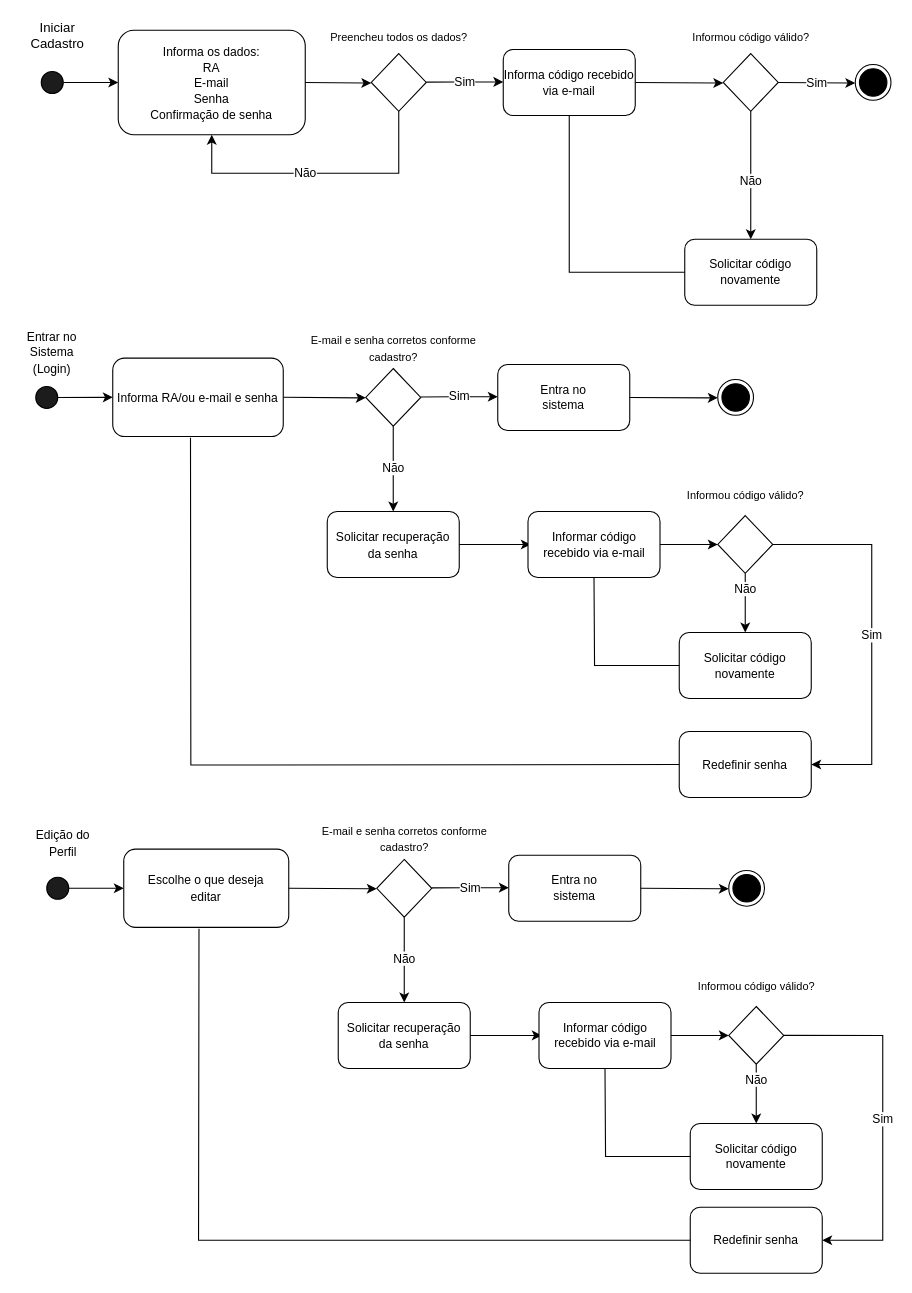
The draw.io diagram projeto/Diagrama sem nome.drawio in edueevaristo/atividade-fabricadeprojetos, before the edit. Source tidied: cells renumbered, new cells numbered last; positions are measured from the earlier drawing's top-left corner, leaving out a move shared by most shapes. Both pictures are drawn from the tidied source at 110%, with x=0, y=0 at pixel (19, 19).
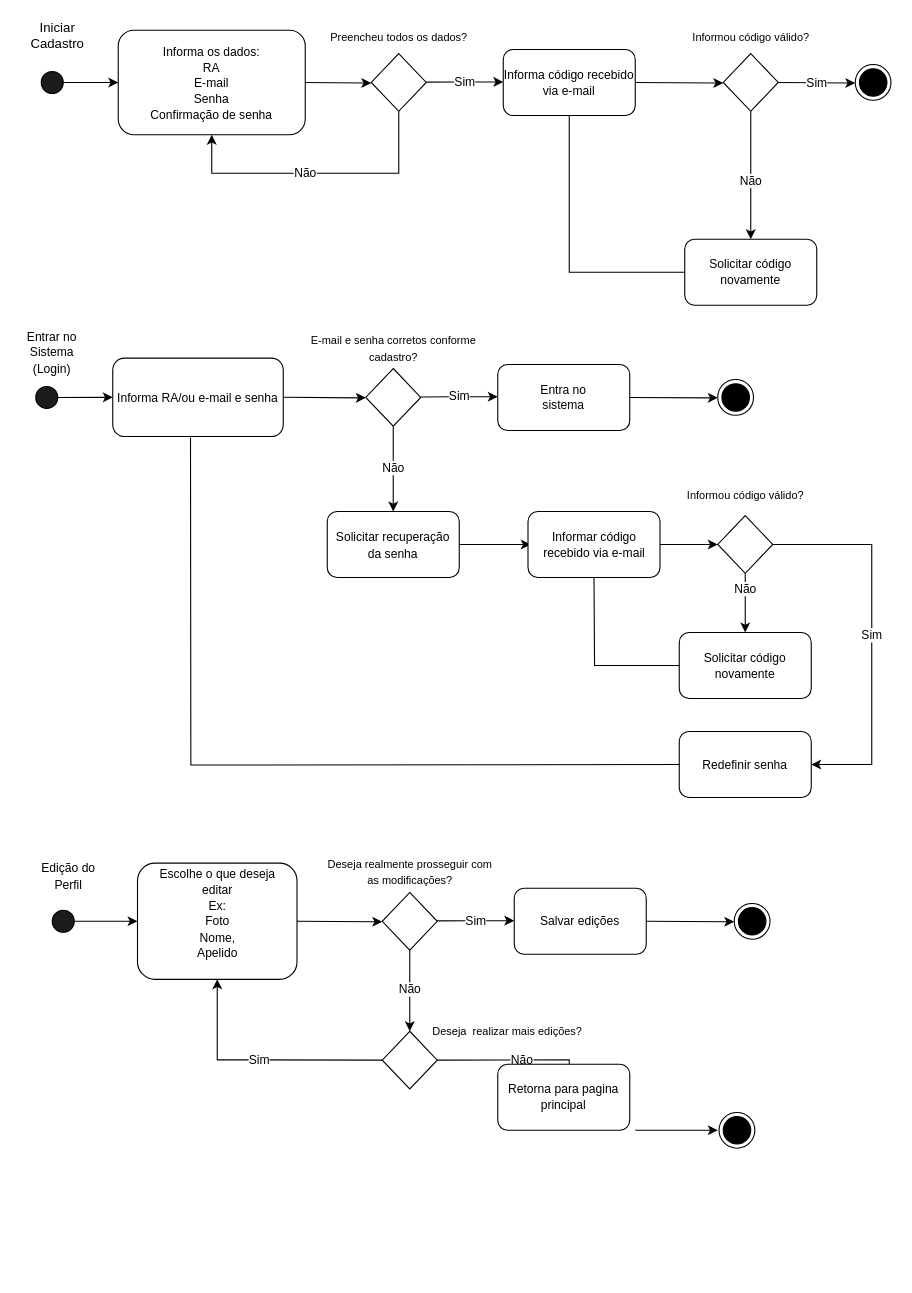
After the change.

What changed in the source:
```diff
@@
     <mxCell id="46" style="ellipse;whiteSpace=wrap;html=1;fillColor=#1C1C1C;" parent="1" vertex="1">
-      <mxGeometry x="25" y="780" width="20" height="20" as="geometry" />
+      <mxGeometry x="30" y="810" width="20" height="20" as="geometry" />
     </mxCell>
@@
-    <mxCell id="48" value="&lt;font style=&quot;font-size: 11px;&quot;&gt;Escolhe o que deseja&lt;br&gt;editar&lt;br&gt;&lt;/font&gt;" style="rounded=1;whiteSpace=wrap;html=1;" parent="1" vertex="1">
-      <mxGeometry x="95" y="754.4" width="150" height="71.2" as="geometry" />
+    <mxCell id="48" value="&lt;font style=&quot;font-size: 11px;&quot;&gt;Escolhe o que deseja&lt;br&gt;editar&lt;br&gt;Ex:&lt;br&gt;Foto&lt;br&gt;Nome,&lt;br&gt;Apelido&lt;br&gt;&lt;br&gt;&lt;/font&gt;" style="rounded=1;whiteSpace=wrap;html=1;" parent="1" vertex="1">
+      <mxGeometry x="107.5" y="767.2" width="145" height="105.6" as="geometry" />
     </mxCell>
     <mxCell id="49" style="endArrow=classic;html=1;rounded=0;exitX=1;exitY=0.5;exitDx=0;exitDy=0;" parent="1" edge="1" source="48">
       <mxGeometry relative="1" as="geometry">
-        <mxPoint x="325" y="790.5" as="targetPoint" />
+        <mxPoint x="330" y="820.5" as="targetPoint" />
       </mxGeometry>
     </mxCell>
     <mxCell id="50" style="rhombus;whiteSpace=wrap;html=1;" parent="1" vertex="1">
-      <mxGeometry x="325" y="763.8" width="50" height="52.5" as="geometry" />
+      <mxGeometry x="330" y="793.8" width="50" height="52.5" as="geometry" />
     </mxCell>
-    <mxCell id="51" value="&lt;font style=&quot;font-size: 10px;&quot;&gt;E-mail e senha corretos conforme cadastro?&lt;/font&gt;" style="text;strokeColor=none;align=center;fillColor=none;html=1;verticalAlign=middle;whiteSpace=wrap;rounded=0;" parent="1" vertex="1">
-      <mxGeometry x="272.5" y="730" width="155" height="30" as="geometry" />
+    <mxCell id="51" value="&lt;font style=&quot;font-size: 10px;&quot;&gt;Deseja realmente prosseguir com as modificações?&lt;/font&gt;" style="text;strokeColor=none;align=center;fillColor=none;html=1;verticalAlign=middle;whiteSpace=wrap;rounded=0;" parent="1" vertex="1">
+      <mxGeometry x="277.5" y="760" width="155" height="30" as="geometry" />
     </mxCell>
     <mxCell id="52" value="Sim" style="endArrow=classic;html=1;rounded=0;exitX=1;exitY=0.5;exitDx=0;exitDy=0;" parent="1" edge="1">
       <mxGeometry relative="1" as="geometry">
-        <mxPoint x="375" y="789.7" as="sourcePoint" />
-        <mxPoint x="445" y="789.5" as="targetPoint" />
+        <mxPoint x="380" y="819.7" as="sourcePoint" />
+        <mxPoint x="450" y="819.5" as="targetPoint" />
         <Array as="points">
-          <mxPoint x="405" y="789.5" />
+          <mxPoint x="410" y="819.5" />
         </Array>
       </mxGeometry>
     </mxCell>
-    <mxCell id="53" value="Não" style="endArrow=classic;html=1;rounded=0;exitX=0.5;exitY=1;exitDx=0;exitDy=0;" parent="1" edge="1" source="50">
-      <mxGeometry x="-0.03" relative="1" as="geometry">
-        <mxPoint x="350" y="893.8" as="targetPoint" />
-      </mxGeometry>
+    <mxCell id="53" value="Não" style="endArrow=classic;html=1;rounded=0;exitX=0.5;exitY=1;exitDx=0;exitDy=0;entryX=0.5;entryY=0;entryDx=0;entryDy=0;" parent="1" edge="1" source="50" target="71">
+      <mxGeometry x="-0.03" relative="1" as="geometry" />
     </mxCell>
-    <mxCell id="54" value="Entra no&lt;br&gt;sistema" style="rounded=1;whiteSpace=wrap;html=1;fontSize=11;" parent="1" vertex="1">
-      <mxGeometry x="445" y="760" width="120" height="60" as="geometry" />
+    <mxCell id="54" value="Salvar edições" style="rounded=1;whiteSpace=wrap;html=1;fontSize=11;" parent="1" vertex="1">
+      <mxGeometry x="450" y="790" width="120" height="60" as="geometry" />
     </mxCell>
     <mxCell id="55" style="endArrow=classic;html=1;rounded=0;exitX=1;exitY=0.5;exitDx=0;exitDy=0;" parent="1" edge="1" source="54">
       <mxGeometry relative="1" as="geometry">
-        <mxPoint x="645" y="790.5" as="targetPoint" />
+        <mxPoint x="650" y="820.5" as="targetPoint" />
       </mxGeometry>
     </mxCell>
     <mxCell id="56" style="ellipse;whiteSpace=wrap;html=1;" parent="1" vertex="1">
-      <mxGeometry x="645" y="773.8" width="32.5" height="32.5" as="geometry" />
+      <mxGeometry x="650" y="803.8" width="32.5" height="32.5" as="geometry" />
     </mxCell>
     <mxCell id="57" style="ellipse;whiteSpace=wrap;html=1;fillColor=#000000;labelBackgroundColor=#000000;" parent="1" vertex="1">
-      <mxGeometry x="648.8" y="777.5" width="25" height="25" as="geometry" />
+      <mxGeometry x="653.8" y="807.5" width="25" height="25" as="geometry" />
     </mxCell>
     <mxCell id="58" value="&lt;span style=&quot;font-size: 11px;&quot;&gt;Edição do Perfil&lt;/span&gt;" style="text;strokeColor=none;align=center;fillColor=none;html=1;verticalAlign=middle;whiteSpace=wrap;rounded=0;" parent="1" vertex="1">
-      <mxGeometry x="10" y="733.8" width="60" height="30" as="geometry" />
+      <mxGeometry x="15" y="763.8" width="60" height="30" as="geometry" />
     </mxCell>
-    <mxCell id="59" value="&lt;font style=&quot;font-size: 11px;&quot;&gt;Solicitar recuperação&lt;br&gt;da senha&lt;/font&gt;" style="rounded=1;whiteSpace=wrap;html=1;" parent="1" vertex="1">
-      <mxGeometry x="290" y="893.8" width="120" height="60" as="geometry" />
-    </mxCell>
-    <mxCell id="60" style="endArrow=classic;html=1;rounded=0;exitX=1;exitY=0.5;exitDx=0;exitDy=0;" parent="1" edge="1" source="59">
-      <mxGeometry relative="1" as="geometry">
-        <mxPoint x="475" y="923.8" as="targetPoint" />
-      </mxGeometry>
-    </mxCell>
-    <mxCell id="61" value="Informar código recebido via e-mail" style="rounded=1;whiteSpace=wrap;html=1;fontSize=11;" parent="1" vertex="1">
-      <mxGeometry x="472.5" y="893.8" width="120" height="60" as="geometry" />
-    </mxCell>
-    <mxCell id="62" style="endArrow=classic;html=1;rounded=0;exitX=1;exitY=0.5;exitDx=0;exitDy=0;" parent="1" edge="1" source="61">
-      <mxGeometry relative="1" as="geometry">
-        <mxPoint x="645" y="923.8" as="targetPoint" />
-      </mxGeometry>
-    </mxCell>
-    <mxCell id="63" style="rhombus;whiteSpace=wrap;html=1;" parent="1" vertex="1">
-      <mxGeometry x="645" y="897.5" width="50" height="52.5" as="geometry" />
-    </mxCell>
-    <mxCell id="64" value="&lt;font style=&quot;font-size: 10px;&quot;&gt;Informou código válido?&lt;/font&gt;" style="text;strokeColor=none;align=center;fillColor=none;html=1;verticalAlign=middle;whiteSpace=wrap;rounded=0;" parent="1" vertex="1">
-      <mxGeometry x="592.5" y="863.8" width="155" height="30" as="geometry" />
-    </mxCell>
+    <mxCell id="71" style="rhombus;whiteSpace=wrap;html=1;" parent="1" vertex="1">
+      <mxGeometry x="330" y="920" width="50" height="52.5" as="geometry" />
+    </mxCell>
+    <mxCell id="72" value="&lt;font style=&quot;font-size: 10px;&quot;&gt;Deseja&amp;nbsp; realizar mais edições?&lt;/font&gt;" style="text;strokeColor=none;align=center;fillColor=none;html=1;verticalAlign=middle;whiteSpace=wrap;rounded=0;" parent="1" vertex="1">
+      <mxGeometry x="370" y="910" width="147.5" height="20" as="geometry" />
+    </mxCell>
+    <mxCell id="68" value="Sim" style="endArrow=classic;html=1;rounded=0;exitX=0;exitY=0.5;exitDx=0;exitDy=0;entryX=0.5;entryY=1;entryDx=0;entryDy=0;" parent="1" edge="1" source="71" target="48">
+      <mxGeometry relative="1" as="geometry">
+        <Array as="points">
+          <mxPoint x="180" y="946" />
+        </Array>
+      </mxGeometry>
+    </mxCell>
-    <mxCell id="65" value="Não" style="endArrow=classic;html=1;rounded=0;exitX=0.5;exitY=1;exitDx=0;exitDy=0;" parent="1" edge="1" source="63">
-      <mxGeometry x="-0.49" relative="1" as="geometry">
-        <mxPoint x="670" y="1003.8" as="targetPoint" />
+    <mxCell id="65" value="Não" style="endArrow=classic;html=1;rounded=0;exitX=1;exitY=0.5;exitDx=0;exitDy=0;entryX=0.5;entryY=0;entryDx=0;entryDy=0;" parent="1" edge="1" source="71">
+      <mxGeometry relative="1" as="geometry">
+        <mxPoint x="500" y="980" as="targetPoint" />
+        <Array as="points">
+          <mxPoint x="500" y="946" />
+        </Array>
       </mxGeometry>
     </mxCell>
-    <mxCell id="66" value="Solicitar código&lt;br&gt;novamente" style="rounded=1;whiteSpace=wrap;html=1;fontSize=11;" parent="1" vertex="1">
-      <mxGeometry x="610" y="1003.8" width="120" height="60" as="geometry" />
-    </mxCell>
-    <mxCell id="67" style="endArrow=none;html=1;rounded=0;entryX=0;entryY=0.5;entryDx=0;entryDy=0;exitX=0.5;exitY=1;exitDx=0;exitDy=0;" parent="1" edge="1" source="61" target="66">
-      <mxGeometry relative="1" as="geometry">
-        <Array as="points">
-          <mxPoint x="533" y="1033.8" />
-        </Array>
-      </mxGeometry>
-    </mxCell>
-    <mxCell id="68" value="Sim" style="endArrow=classic;html=1;rounded=0;exitX=1;exitY=0.5;exitDx=0;exitDy=0;entryX=1;entryY=0.5;entryDx=0;entryDy=0;" parent="1" edge="1" source="63" target="69">
-      <mxGeometry relative="1" as="geometry">
-        <Array as="points">
-          <mxPoint x="785" y="923.8" />
-          <mxPoint x="785" y="1110" />
-        </Array>
-      </mxGeometry>
-    </mxCell>
-    <mxCell id="69" value="Redefinir senha" style="rounded=1;whiteSpace=wrap;html=1;fontSize=11;" parent="1" vertex="1">
-      <mxGeometry x="610" y="1080" width="120" height="60" as="geometry" />
-    </mxCell>
-    <mxCell id="70" style="endArrow=none;html=1;rounded=0;entryX=0;entryY=0.5;entryDx=0;entryDy=0;exitX=0.456;exitY=1.016;exitDx=0;exitDy=0;exitPerimeter=0;" parent="1" edge="1" source="48" target="69">
-      <mxGeometry relative="1" as="geometry">
-        <Array as="points">
-          <mxPoint x="163" y="1110" />
-        </Array>
-      </mxGeometry>
-    </mxCell>
+    <mxCell id="73" value="Retorna para pagina principal" style="rounded=1;whiteSpace=wrap;html=1;fontSize=11;" parent="1" vertex="1">
+      <mxGeometry x="435" y="950" width="120" height="60" as="geometry" />
+    </mxCell>
+    <mxCell id="74" style="endArrow=classic;html=1;rounded=0;exitX=1;exitY=0.5;exitDx=0;exitDy=0;" parent="1" edge="1">
+      <mxGeometry relative="1" as="geometry">
+        <mxPoint x="560" y="1010" as="sourcePoint" />
+        <mxPoint x="635" y="1010" as="targetPoint" />
+      </mxGeometry>
+    </mxCell>
+    <mxCell id="75" style="ellipse;whiteSpace=wrap;html=1;" parent="1" vertex="1">
+      <mxGeometry x="636.2" y="993.8" width="32.5" height="32.5" as="geometry" />
+    </mxCell>
+    <mxCell id="76" style="ellipse;whiteSpace=wrap;html=1;fillColor=#000000;labelBackgroundColor=#000000;" parent="1" vertex="1">
+      <mxGeometry x="640" y="997.5" width="25" height="25" as="geometry" />
+    </mxCell>
```
